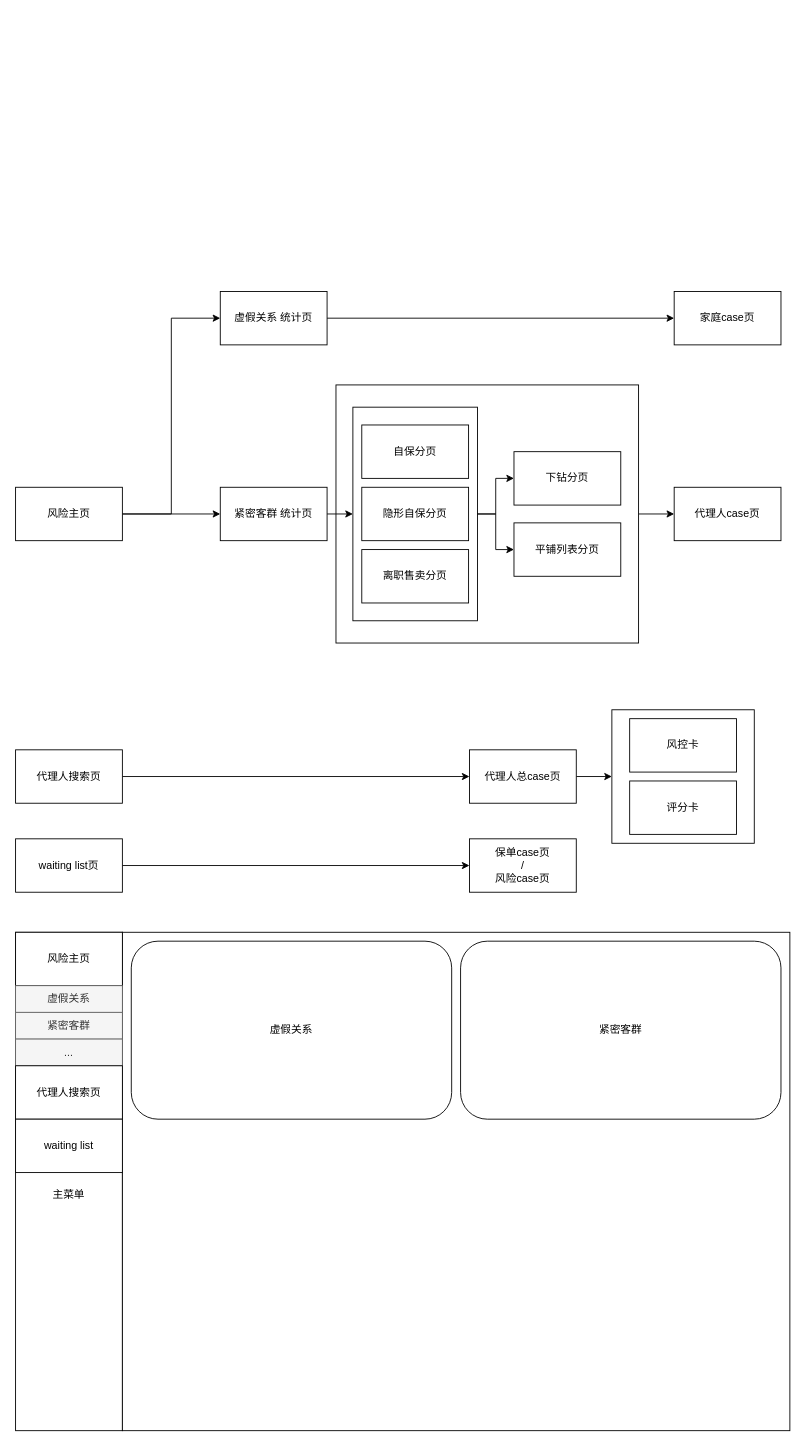
The draw.io diagram page "总体逻辑" (10 of 10) of 友邦/ux.drawio in XiaoLiuAI/diagrams, before the edit. Source tidied: cells renumbered, new cells numbered last; positions are measured from the earlier drawing's top-left corner, leaving out a move shared by most shapes. Both pictures are drawn from the tidied source at 89%, with x=0, y=0 at pixel (15, 291).
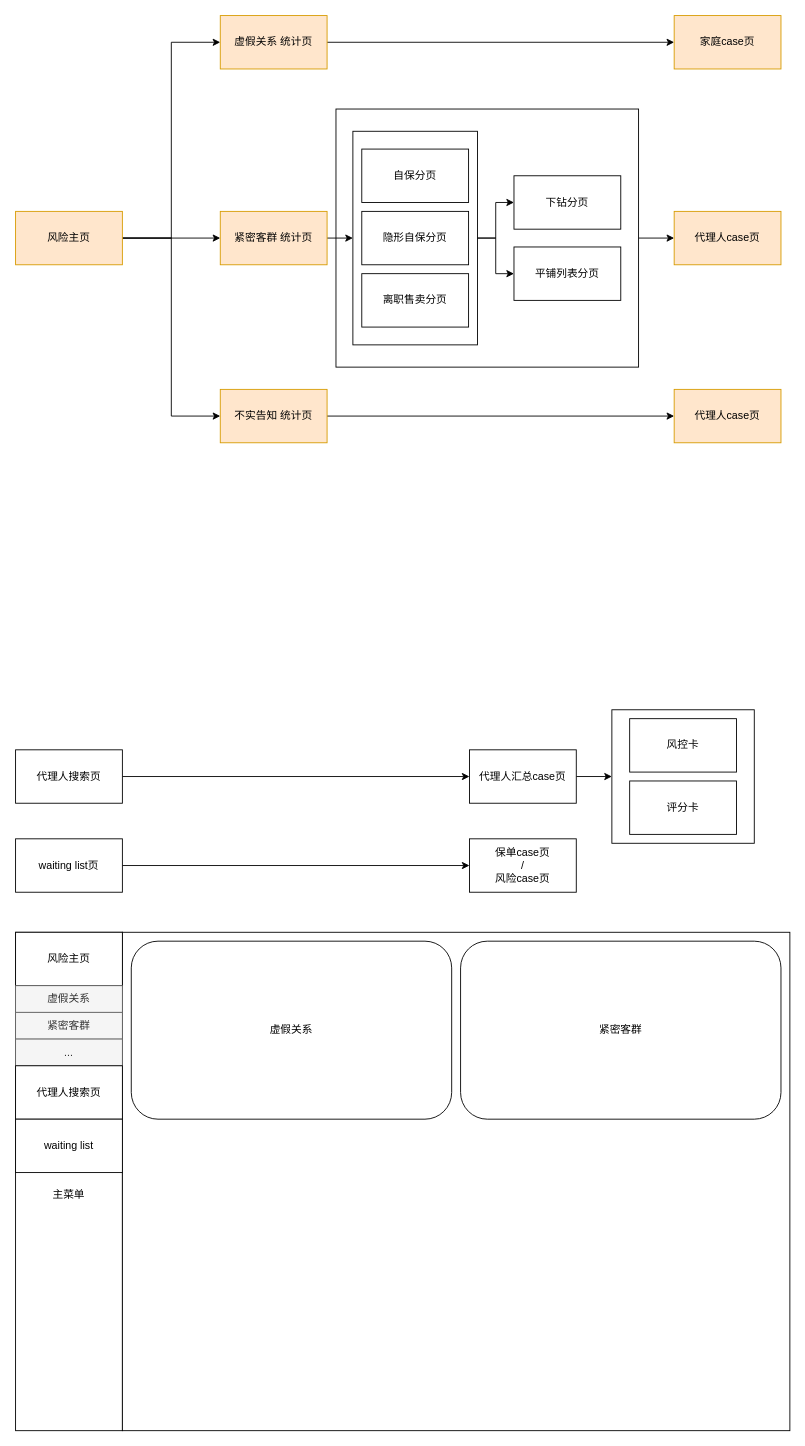
The same page after the edit.

The edit, as a diff of the source:
```diff
@@
     <mxCell id="3" style="rounded=0;whiteSpace=wrap;html=1;" parent="1" vertex="1">
-      <mxGeometry x="360" y="105" width="340" height="290" as="geometry" />
+      <mxGeometry x="360" y="-205" width="340" height="290" as="geometry" />
     </mxCell>
@@
+    <mxCell id="44" style="edgeStyle=orthogonalEdgeStyle;rounded=0;jettySize=auto;html=1;exitX=1;exitY=0.5;exitDx=0;exitDy=0;entryX=0;entryY=0.5;entryDx=0;entryDy=0;" parent="1" edge="1" source="6" target="46">
+      <mxGeometry relative="1" as="geometry" />
+    </mxCell>
-    <mxCell id="6" value="风险主页" style="rounded=0;whiteSpace=wrap;html=1;" parent="1" vertex="1">
-      <mxGeometry y="220" width="120" height="60" as="geometry" />
+    <mxCell id="6" value="风险主页" style="rounded=0;whiteSpace=wrap;html=1;fillColor=#ffe6cc;strokeColor=#d79b00;" parent="1" vertex="1">
+      <mxGeometry y="-90" width="120" height="60" as="geometry" />
     </mxCell>
@@
-    <mxCell id="8" value="虚假关系 统计页" style="rounded=0;whiteSpace=wrap;html=1;" parent="1" vertex="1">
-      <mxGeometry x="230" width="120" height="60" as="geometry" />
+    <mxCell id="8" value="虚假关系 统计页" style="rounded=0;whiteSpace=wrap;html=1;fillColor=#ffe6cc;strokeColor=#d79b00;" parent="1" vertex="1">
+      <mxGeometry x="230" y="-310" width="120" height="60" as="geometry" />
     </mxCell>
@@
-    <mxCell id="10" value="紧密客群 统计页" style="rounded=0;whiteSpace=wrap;html=1;" parent="1" vertex="1">
-      <mxGeometry x="230" y="220" width="120" height="60" as="geometry" />
+    <mxCell id="10" value="紧密客群 统计页" style="rounded=0;whiteSpace=wrap;html=1;fillColor=#ffe6cc;strokeColor=#d79b00;" parent="1" vertex="1">
+      <mxGeometry x="230" y="-90" width="120" height="60" as="geometry" />
     </mxCell>
     <mxCell id="11" value="下钻分页" style="rounded=0;whiteSpace=wrap;html=1;" parent="1" vertex="1">
-      <mxGeometry x="560" y="180" width="120" height="60" as="geometry" />
+      <mxGeometry x="560" y="-130" width="120" height="60" as="geometry" />
     </mxCell>
     <mxCell id="12" value="平铺列表分页" style="rounded=0;whiteSpace=wrap;html=1;" parent="1" vertex="1">
-      <mxGeometry x="560" y="260" width="120" height="60" as="geometry" />
+      <mxGeometry x="560" y="-50" width="120" height="60" as="geometry" />
     </mxCell>
     <mxCell id="13" style="group;" parent="1" vertex="1">
-      <mxGeometry x="379" y="130" width="140" height="240" as="geometry" />
+      <mxGeometry x="379" y="-180" width="140" height="240" as="geometry" />
     </mxCell>
@@
-    <mxCell id="20" value="家庭case页" style="rounded=0;whiteSpace=wrap;html=1;" parent="1" vertex="1">
-      <mxGeometry x="740" width="120" height="60" as="geometry" />
+    <mxCell id="20" value="家庭case页" style="rounded=0;whiteSpace=wrap;html=1;fillColor=#ffe6cc;strokeColor=#d79b00;" parent="1" vertex="1">
+      <mxGeometry x="740" y="-310" width="120" height="60" as="geometry" />
     </mxCell>
-    <mxCell id="21" value="代理人case页" style="rounded=0;whiteSpace=wrap;html=1;" parent="1" vertex="1">
-      <mxGeometry x="740" y="220" width="120" height="60" as="geometry" />
+    <mxCell id="21" value="代理人case页" style="rounded=0;whiteSpace=wrap;html=1;fillColor=#ffe6cc;strokeColor=#d79b00;" parent="1" vertex="1">
+      <mxGeometry x="740" y="-90" width="120" height="60" as="geometry" />
     </mxCell>
@@
-    <mxCell id="27" value="代理人总case页" style="rounded=0;whiteSpace=wrap;html=1;" parent="1" vertex="1">
+    <mxCell id="27" value="代理人汇总case页" style="rounded=0;whiteSpace=wrap;html=1;" parent="1" vertex="1">
       <mxGeometry x="510" y="515" width="120" height="60" as="geometry" />
     </mxCell>
@@
+    <mxCell id="45" style="edgeStyle=orthogonalEdgeStyle;rounded=0;jettySize=auto;html=1;exitX=1;exitY=0.5;exitDx=0;exitDy=0;" parent="1" edge="1" source="46" target="47">
+      <mxGeometry relative="1" as="geometry" />
+    </mxCell>
+    <mxCell id="46" value="不实告知 统计页" style="rounded=0;whiteSpace=wrap;html=1;fillColor=#ffe6cc;strokeColor=#d79b00;" parent="1" vertex="1">
+      <mxGeometry x="230" y="110" width="120" height="60" as="geometry" />
+    </mxCell>
+    <mxCell id="47" value="代理人case页" style="rounded=0;whiteSpace=wrap;html=1;fillColor=#ffe6cc;strokeColor=#d79b00;" parent="1" vertex="1">
+      <mxGeometry x="740" y="110" width="120" height="60" as="geometry" />
+    </mxCell>
```
